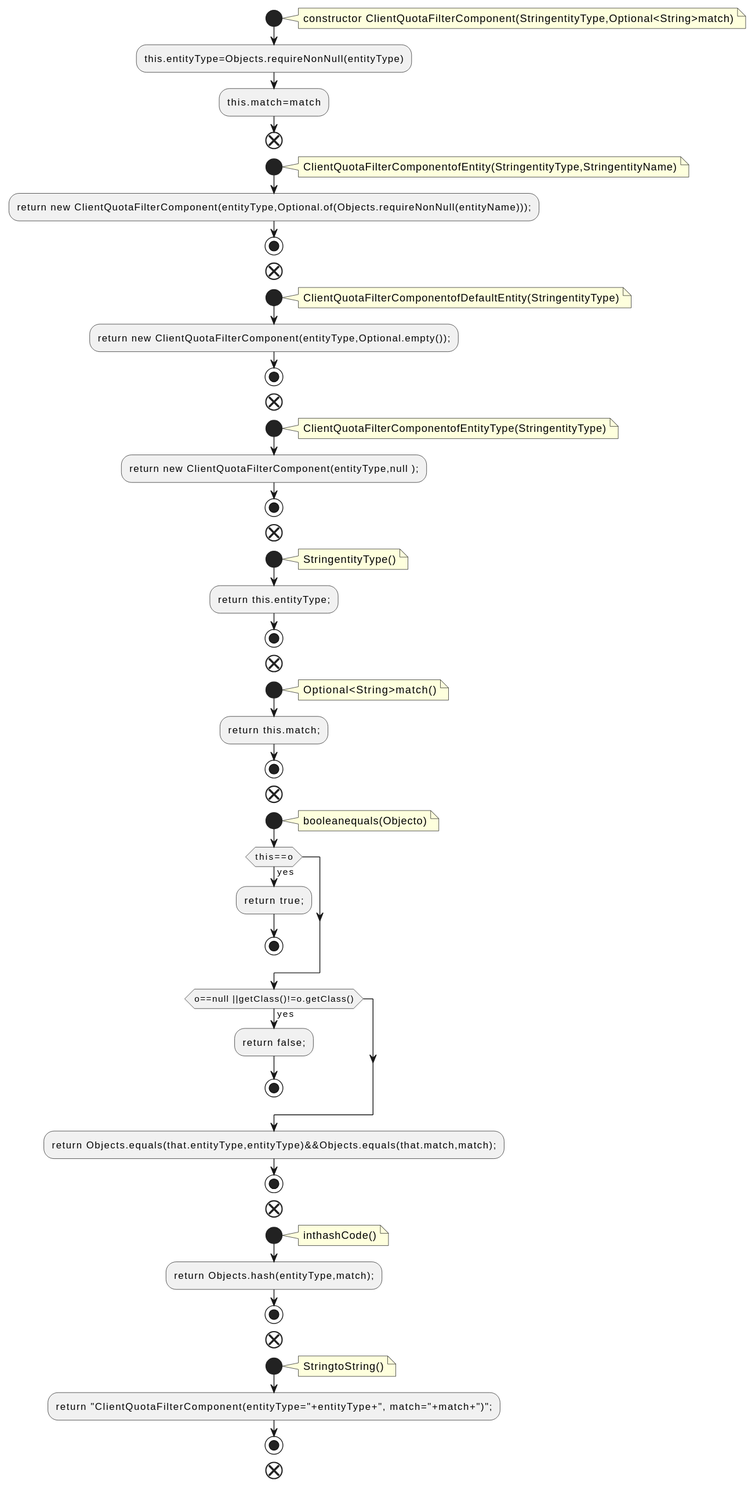
This is docs/qc/clients/src/main/java/org/apache/kafka/common/quota/ClientQuotaFilterComponent.java.fct.svg from qualitesys/kafka, a PlantUML export, as it was before one commit.
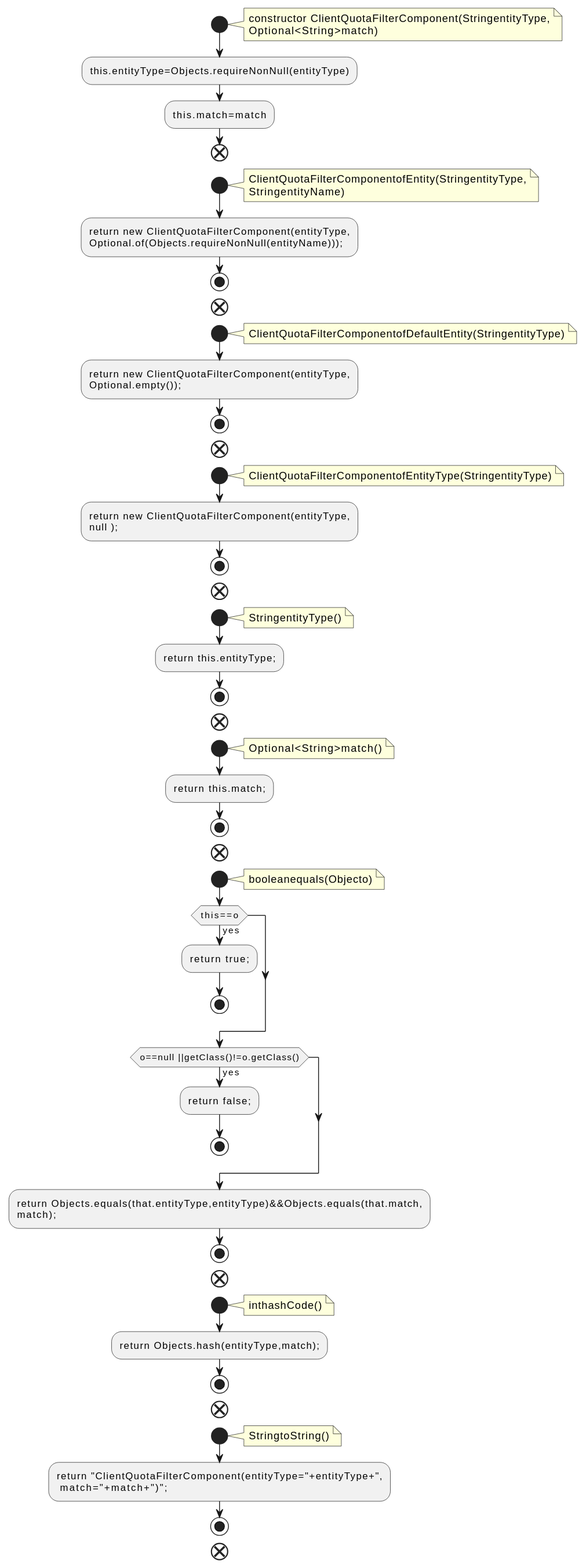
After the change.

Change to the diagram source:
```diff
@@ -2,30 +2,35 @@
 !pragma layout smetana
 start
 note right
-constructor ClientQuotaFilterComponent(StringentityType,Optional<String>match)
+constructor ClientQuotaFilterComponent(StringentityType,
+Optional<String>match)
 end note
 :this.entityType=Objects.requireNonNull(entityType);
 :this.match=match;
 end
 start
 note right
-ClientQuotaFilterComponentofEntity(StringentityType,StringentityName)
+ClientQuotaFilterComponentofEntity(StringentityType,
+StringentityName)
 end note
-:return new ClientQuotaFilterComponent(entityType,Optional.of(Objects.requireNonNull(entityName)));;
+:return new ClientQuotaFilterComponent(entityType,
+Optional.of(Objects.requireNonNull(entityName)));;
 stop
 end
 start
 note right
 ClientQuotaFilterComponentofDefaultEntity(StringentityType)
 end note
-:return new ClientQuotaFilterComponent(entityType,Optional.empty());;
+:return new ClientQuotaFilterComponent(entityType,
+Optional.empty());;
 stop
 end
 start
 note right
 ClientQuotaFilterComponentofEntityType(StringentityType)
 end note
-:return new ClientQuotaFilterComponent(entityType,null );;
+:return new ClientQuotaFilterComponent(entityType,
+null );;
 stop
 end
 start
@@ -54,7 +59,8 @@
 :return false;;
 stop
 endif
-:return Objects.equals(that.entityType,entityType)&&Objects.equals(that.match,match);;
+:return Objects.equals(that.entityType,entityType)&&Objects.equals(that.match,
+match);;
 stop
 end
 start
@@ -68,7 +74,8 @@
 note right
 StringtoString()
 end note
-:return "ClientQuotaFilterComponent(entityType="+entityType+", match="+match+")";;
+:return "ClientQuotaFilterComponent(entityType="+entityType+",
+ match="+match+")";;
 stop
 end
 @enduml
```
